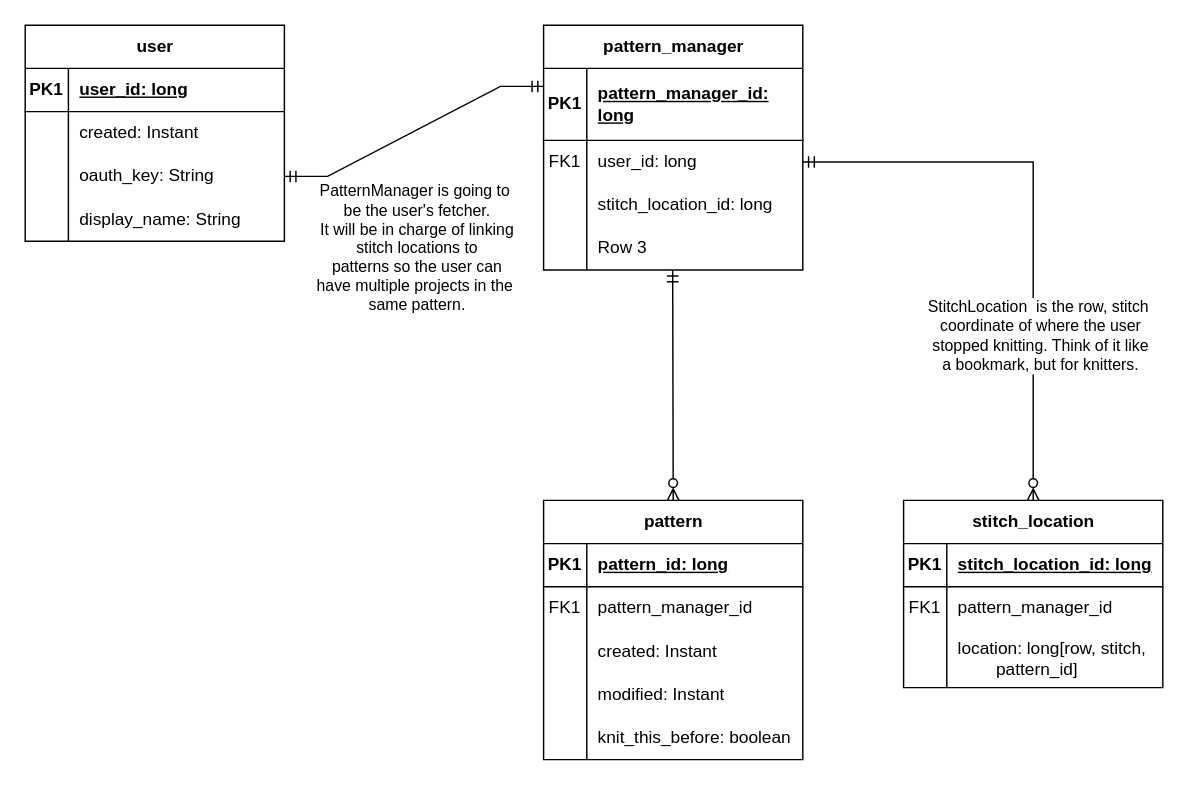
ddc-java-17/sereknitty-thedaniellescott keeps this draw.io diagram as work/erd.drawio. Above is the earlier version. Source tidied: cells renumbered, new cells numbered last; positions are measured from the earlier drawing's top-left corner, leaving out a move shared by most shapes. Both pictures are drawn from the tidied source at 144%, with x=0, y=0 at pixel (24, -62).
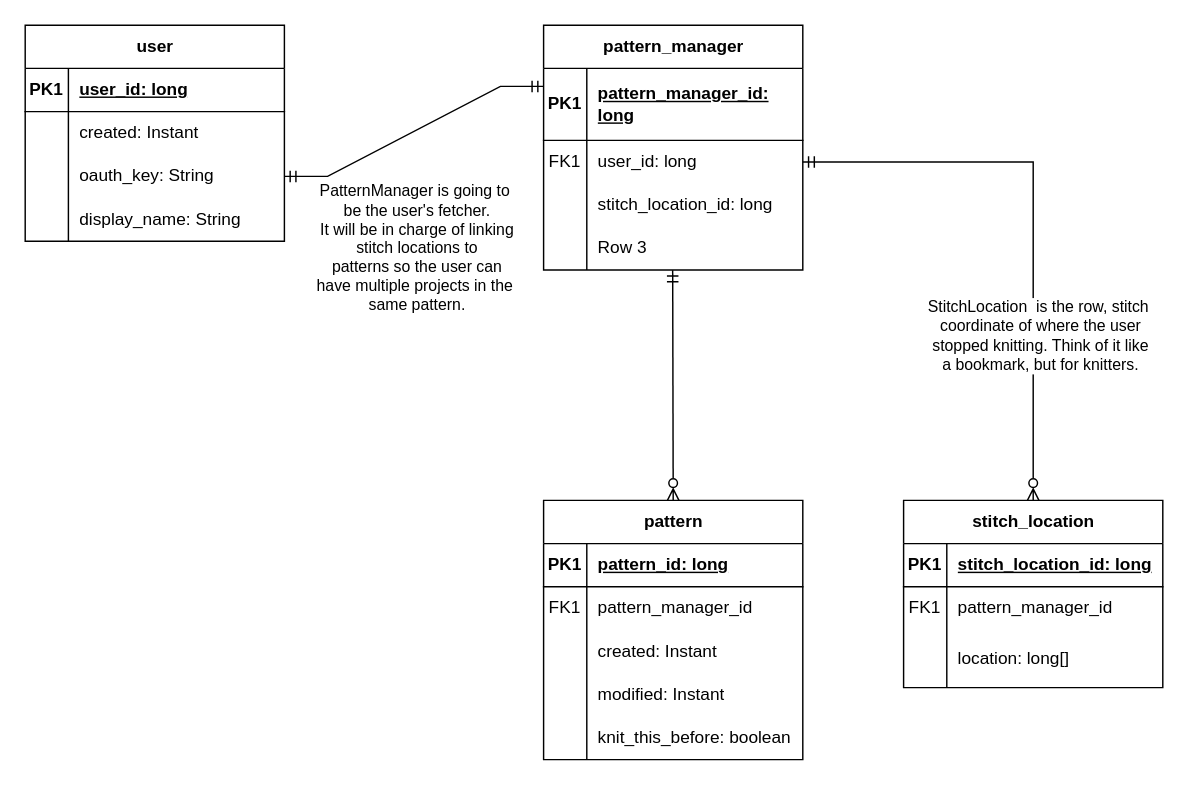
Above is the later version.

Commit message (it also covers changes not shown here):
Fixed StitchLocation and ERD. Tried doing DAO stuff.

Unchanged cells that the change refers to:
```xml
<mxCell id="54" style="shape=tableRow;horizontal=0;startSize=0;swimlaneHead=0;swimlaneBody=0;fillColor=none;top=0;left=0;right=0;bottom=0;" parent="47" vertex="1">
  <mxGeometry y="90" width="180" height="40" as="geometry" />
</mxCell>
```

Change to the diagram source:
```diff
@@
-    <mxCell id="56" value="location: long[row, stitch,&lt;br&gt;&lt;span style=&quot;white-space: pre;&quot;&gt;&#9;&lt;/span&gt;pattern_id]" style="shape=partialRectangle;fillColor=none;top=0;left=0;bottom=0;right=0;align=left;spacingLeft=6;overflow=hidden;whiteSpace=wrap;html=1;" parent="54" vertex="1">
+    <mxCell id="56" value="location: long[]" style="shape=partialRectangle;fillColor=none;top=0;left=0;bottom=0;right=0;align=left;spacingLeft=6;overflow=hidden;whiteSpace=wrap;html=1;" parent="54" vertex="1">
       <mxGeometry x="30" width="150" height="40" as="geometry" />
     </mxCell>
```
